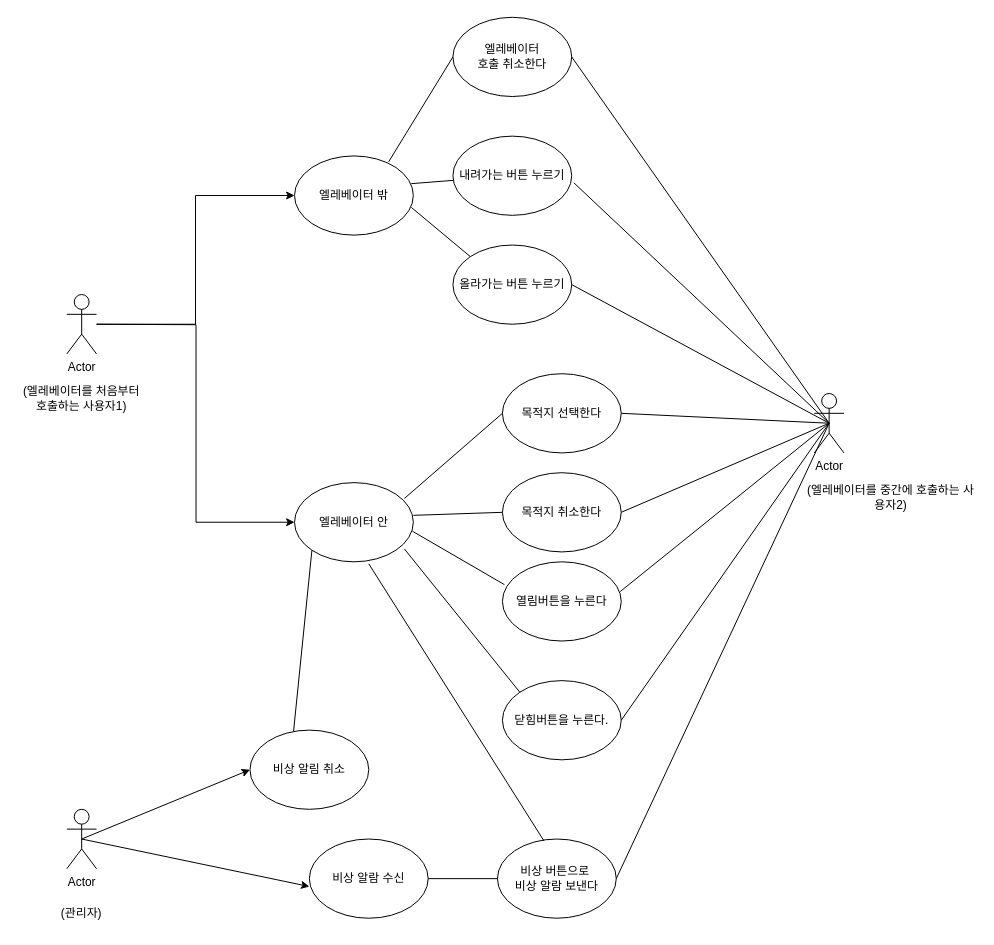
Earlier version of the draw.io diagram 엘레베이터 정의서.drawio (doit0/usecase-diagram). Source tidied: cells renumbered, new cells numbered last; positions are measured from the earlier drawing's top-left corner, leaving out a move shared by most shapes. Both pictures are drawn from the tidied source at 99%, with x=0, y=0 at pixel (17, 17).
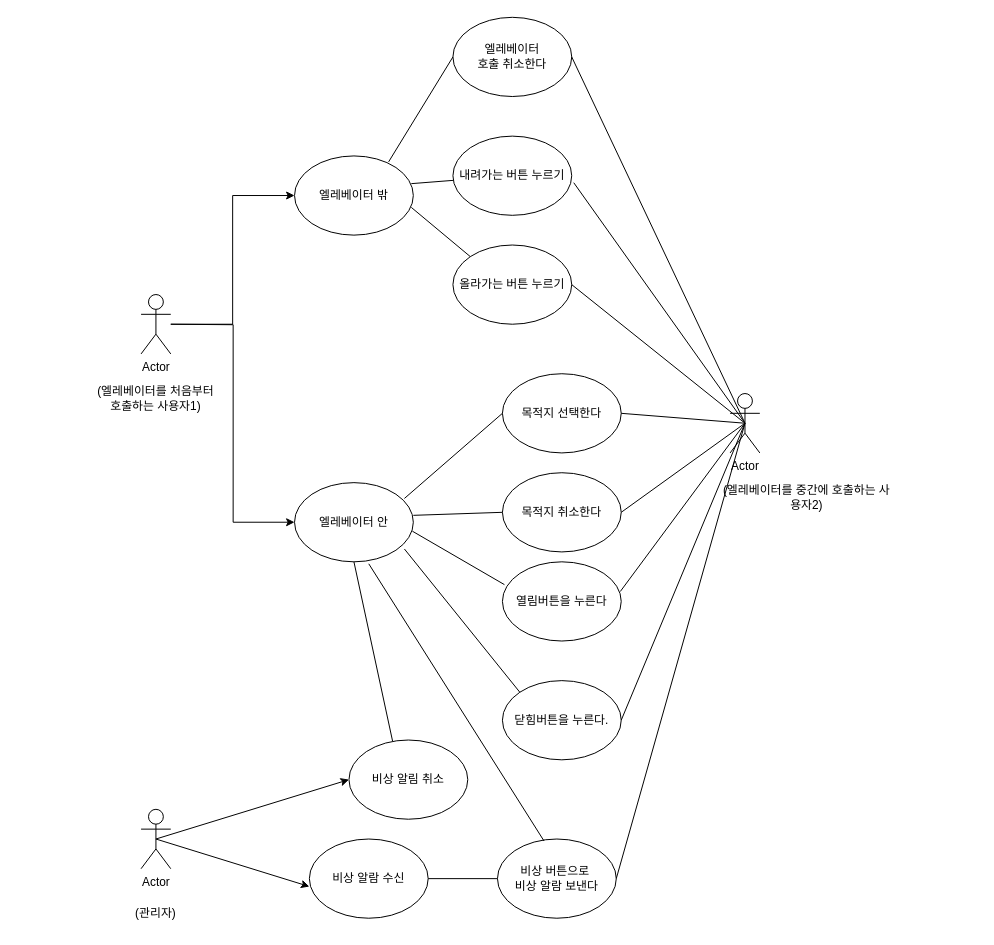
The same page after the edit.

Commit message:
엘레베이터 정의서.drawio 업데이트

Unchanged cells that the change refers to:
```xml
<mxCell id="8" value="엘레베이터 안" style="ellipse;whiteSpace=wrap;html=1;" parent="1" vertex="1">
  <mxGeometry x="280" y="470" width="120" height="80" as="geometry" />
</mxCell>
```

The edit, as a diff of the source:
```diff
@@
     <mxCell id="3" value="Actor" style="shape=umlActor;verticalLabelPosition=bottom;verticalAlign=top;html=1;outlineConnect=0;" parent="1" vertex="1">
-      <mxGeometry x="50" y="280" width="30" height="60" as="geometry" />
+      <mxGeometry x="125" y="280" width="30" height="60" as="geometry" />
     </mxCell>
     <mxCell id="4" value="Actor" style="shape=umlActor;verticalLabelPosition=bottom;verticalAlign=top;html=1;outlineConnect=0;" parent="1" vertex="1">
-      <mxGeometry x="50" y="800" width="30" height="60" as="geometry" />
+      <mxGeometry x="125" y="800" width="30" height="60" as="geometry" />
     </mxCell>
     <mxCell id="5" value="Actor" style="shape=umlActor;verticalLabelPosition=bottom;verticalAlign=top;html=1;outlineConnect=0;" parent="1" vertex="1">
-      <mxGeometry x="805" y="380" width="30" height="60" as="geometry" />
+      <mxGeometry x="720" y="380" width="30" height="60" as="geometry" />
     </mxCell>
@@
     <mxCell id="7" style="edgeStyle=orthogonalEdgeStyle;rounded=0;jettySize=auto;html=1;entryX=0;entryY=0.5;entryDx=0;entryDy=0;" parent="1" edge="1" target="8">
       <mxGeometry relative="1" as="geometry">
-        <mxPoint x="80" y="310" as="sourcePoint" />
+        <mxPoint x="155" y="310" as="sourcePoint" />
       </mxGeometry>
     </mxCell>
@@
     <mxCell id="16" value="비상 알림 취소" style="ellipse;whiteSpace=wrap;html=1;" parent="1" vertex="1">
-      <mxGeometry x="235" y="720" width="120" height="80" as="geometry" />
+      <mxGeometry x="335" y="730" width="120" height="80" as="geometry" />
     </mxCell>
     <mxCell id="17" value="(엘레베이터를 처음부터 호출하는 사용자1)" style="text;html=1;strokeColor=none;fillColor=none;align=center;verticalAlign=middle;whiteSpace=wrap;rounded=0;" parent="1" vertex="1">
-      <mxGeometry y="360" width="130" height="50" as="geometry" />
+      <mxGeometry x="75" y="360" width="130" height="50" as="geometry" />
     </mxCell>
@@
     <mxCell id="19" value="(관리자)" style="text;html=1;strokeColor=none;fillColor=none;align=center;verticalAlign=middle;whiteSpace=wrap;rounded=0;" parent="1" vertex="1">
-      <mxGeometry x="35" y="890" width="60" height="30" as="geometry" />
+      <mxGeometry x="110" y="890" width="60" height="30" as="geometry" />
     </mxCell>
@@
     <mxCell id="29" value="(엘레베이터를 중간에 호출하는 사용자2)" style="text;html=1;strokeColor=none;fillColor=none;align=center;verticalAlign=middle;whiteSpace=wrap;rounded=0;" parent="1" vertex="1">
-      <mxGeometry x="795" y="470" width="175" height="30" as="geometry" />
+      <mxGeometry x="710" y="470" width="175" height="30" as="geometry" />
     </mxCell>
@@
-    <mxCell id="36" style="endArrow=none;html=1;rounded=0;exitX=0.367;exitY=0.013;exitDx=0;exitDy=0;entryX=0;entryY=1;entryDx=0;entryDy=0;exitPerimeter=0;" parent="1" edge="1" source="16" target="8">
+    <mxCell id="36" style="endArrow=none;html=1;rounded=0;exitX=0.367;exitY=0.013;exitDx=0;exitDy=0;entryX=0.5;entryY=1;entryDx=0;entryDy=0;exitPerimeter=0;" parent="1" edge="1" source="16" target="8">
       <mxGeometry relative="1" as="geometry" />
     </mxCell>
```
